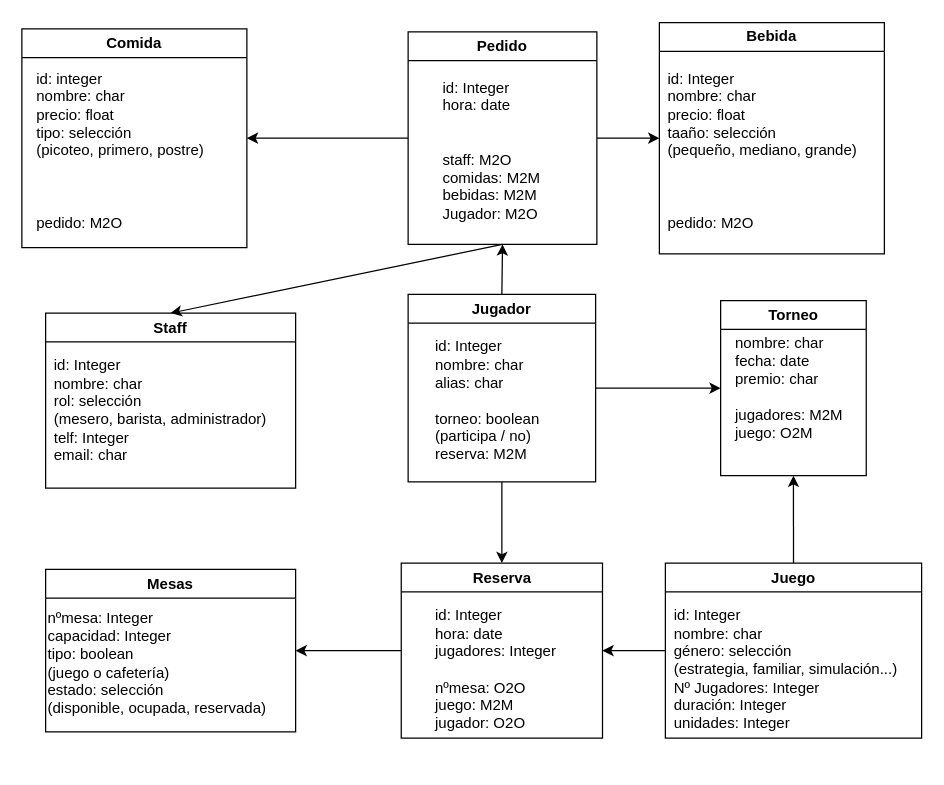
The draw.io diagram Diagrama.drawio in Luxy3000/SGE_scooters, before the edit. Source tidied: cells renumbered, new cells numbered last; positions are measured from the earlier drawing's top-left corner, leaving out a move shared by most shapes. Both pictures are drawn from the tidied source at 125%, with x=0, y=0 at pixel (21, 22).
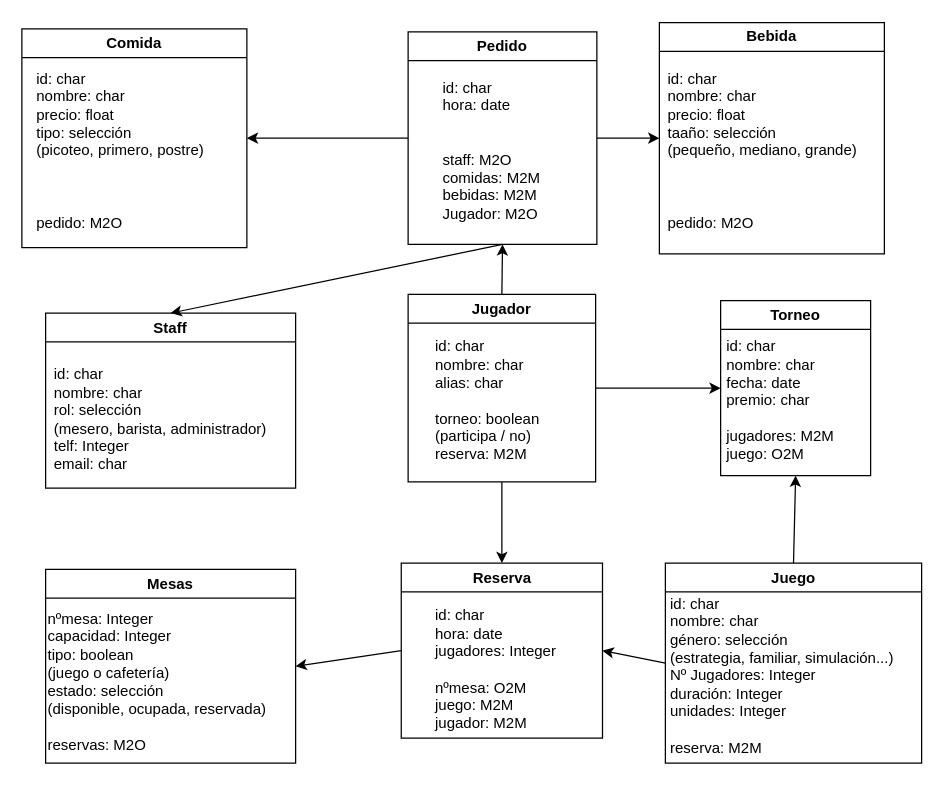
The same page after the edit.

Unchanged cells that the change refers to:
```xml
<mxCell id="2" value="Staff" style="swimlane;whiteSpace=wrap;html=1;" parent="1" vertex="1">
  <mxGeometry x="19" y="232" width="200" height="140" as="geometry" />
</mxCell>
<mxCell id="4" value="Bebida" style="swimlane;whiteSpace=wrap;html=1;" parent="1" vertex="1">
  <mxGeometry x="510" y="-0.5" width="180" height="185" as="geometry" />
</mxCell>
<mxCell id="6" value="Comida" style="swimlane;whiteSpace=wrap;html=1;" parent="1" vertex="1">
  <mxGeometry y="4.5" width="180" height="175" as="geometry" />
</mxCell>
<mxCell id="13" value="Jugador" style="swimlane;whiteSpace=wrap;html=1;" parent="1" vertex="1">
  <mxGeometry x="309" y="217" width="150" height="150" as="geometry" />
</mxCell>
<mxCell id="16" value="Reserva" style="swimlane;whiteSpace=wrap;html=1;startSize=23;" parent="1" vertex="1">
  <mxGeometry x="303.5" y="432" width="161" height="140" as="geometry" />
</mxCell>
<mxCell id="27" value="Pedido" style="swimlane;whiteSpace=wrap;html=1;" parent="1" vertex="1">
  <mxGeometry x="309" y="7" width="151" height="170" as="geometry" />
</mxCell>
```

Diff of the diagram source:
```diff
@@
-    <mxCell id="3" value="id: Integer&lt;br&gt;nombre: char&lt;br&gt;rol: selección&amp;nbsp;&lt;br&gt;(mesero, barista, administrador)&lt;br&gt;telf: Integer&lt;br&gt;email: char&lt;br&gt;&lt;br&gt;" style="text;html=1;align=left;verticalAlign=middle;strokeColor=none;fillColor=none;" parent="2" vertex="1">
-      <mxGeometry x="5" y="30" width="190" height="110" as="geometry" />
+    <mxCell id="3" value="id: char&lt;br&gt;nombre: char&lt;br&gt;rol: selección&amp;nbsp;&lt;br&gt;(mesero, barista, administrador)&lt;br&gt;telf: Integer&lt;br&gt;email: char&lt;br&gt;" style="text;html=1;align=left;verticalAlign=middle;strokeColor=none;fillColor=none;" parent="2" vertex="1">
+      <mxGeometry x="5" y="35" width="190" height="100" as="geometry" />
     </mxCell>
@@
-    <mxCell id="5" value="id: Integer&lt;br&gt;nombre: char&lt;br&gt;precio: float&lt;br&gt;taaño: selección &lt;br&gt;(pequeño, mediano, grande)&lt;br&gt;&lt;br&gt;&lt;br&gt;&lt;br&gt;pedido: M2O&amp;nbsp;" style="text;html=1;align=left;verticalAlign=middle;strokeColor=none;fillColor=none;" parent="4" vertex="1">
+    <mxCell id="5" value="id: char&lt;br&gt;nombre: char&lt;br&gt;precio: float&lt;br&gt;taaño: selección &lt;br&gt;(pequeño, mediano, grande)&lt;br&gt;&lt;br&gt;&lt;br&gt;&lt;br&gt;pedido: M2O&amp;nbsp;" style="text;html=1;align=left;verticalAlign=middle;strokeColor=none;fillColor=none;" parent="4" vertex="1">
       <mxGeometry x="5" y="32.5" width="170" height="140" as="geometry" />
     </mxCell>
@@
-    <mxCell id="7" value="id: integer&lt;br&gt;nombre: char&lt;br&gt;precio: float&lt;br&gt;tipo: selección &lt;br&gt;(picoteo, primero, postre)&lt;br&gt;&lt;br&gt;&lt;br&gt;&lt;br&gt;pedido: M2O&amp;nbsp;" style="text;html=1;align=left;verticalAlign=middle;strokeColor=none;fillColor=none;" parent="6" vertex="1">
+    <mxCell id="7" value="id: char&lt;br&gt;nombre: char&lt;br&gt;precio: float&lt;br&gt;tipo: selección &lt;br&gt;(picoteo, primero, postre)&lt;br&gt;&lt;br&gt;&lt;br&gt;&lt;br&gt;pedido: M2O&amp;nbsp;" style="text;html=1;align=left;verticalAlign=middle;strokeColor=none;fillColor=none;" parent="6" vertex="1">
       <mxGeometry x="10" y="27.5" width="160" height="140" as="geometry" />
     </mxCell>
     <mxCell id="8" value="Mesas" style="swimlane;whiteSpace=wrap;html=1;" parent="1" vertex="1">
-      <mxGeometry x="19" y="437" width="200" height="130" as="geometry" />
+      <mxGeometry x="19" y="437" width="200" height="155" as="geometry" />
     </mxCell>
-    <mxCell id="9" value="nºmesa: Integer&lt;br&gt;capacidad: Integer&lt;br&gt;tipo: boolean &lt;br&gt;(juego o cafetería)&lt;br&gt;estado: selección&lt;br&gt;(disponible, ocupada, reservada)" style="text;html=1;align=left;verticalAlign=middle;strokeColor=none;fillColor=none;" parent="8" vertex="1">
-      <mxGeometry y="25" width="200" height="100" as="geometry" />
+    <mxCell id="9" value="nºmesa: Integer&lt;br&gt;capacidad: Integer&lt;br&gt;tipo: boolean &lt;br&gt;(juego o cafetería)&lt;br&gt;estado: selección&lt;br&gt;(disponible, ocupada, reservada)&lt;br&gt;&lt;br&gt;reservas: M2O" style="text;html=1;align=left;verticalAlign=middle;strokeColor=none;fillColor=none;" parent="8" vertex="1">
+      <mxGeometry y="25" width="200" height="130" as="geometry" />
     </mxCell>
@@
-    <mxCell id="14" value="id: Integer&lt;br&gt;nombre: char&lt;br&gt;alias: char&lt;br&gt;&lt;br&gt;torneo: boolean&amp;nbsp;&lt;br&gt;(participa / no)&lt;br&gt;reserva: M2M" style="text;html=1;align=left;verticalAlign=middle;strokeColor=none;fillColor=none;" parent="13" vertex="1">
+    <mxCell id="14" value="id: char&lt;br&gt;nombre: char&lt;br&gt;alias: char&lt;br&gt;&lt;br&gt;torneo: boolean&amp;nbsp;&lt;br&gt;(participa / no)&lt;br&gt;reserva: M2M" style="text;html=1;align=left;verticalAlign=middle;strokeColor=none;fillColor=none;" parent="13" vertex="1">
       <mxGeometry x="20" y="30" width="110" height="110" as="geometry" />
     </mxCell>
@@
-    <mxCell id="17" value="id: Integer&lt;br&gt;hora: date&lt;br&gt;jugadores: Integer&lt;br&gt;&lt;br&gt;nºmesa: O2O&lt;br&gt;juego: M2M&lt;br&gt;jugador: O2O" style="text;html=1;align=left;verticalAlign=middle;strokeColor=none;fillColor=none;" parent="16" vertex="1">
+    <mxCell id="17" value="id: char&lt;br&gt;hora: date&lt;br&gt;jugadores: Integer&lt;br&gt;&lt;br&gt;nºmesa: O2M&lt;br&gt;juego: M2M&lt;br&gt;jugador: M2M" style="text;html=1;align=left;verticalAlign=middle;strokeColor=none;fillColor=none;" parent="16" vertex="1">
       <mxGeometry x="25.5" y="30" width="120" height="110" as="geometry" />
     </mxCell>
@@
     <mxCell id="20" value="Juego" style="swimlane;whiteSpace=wrap;html=1;" parent="1" vertex="1">
-      <mxGeometry x="514.8" y="432" width="205" height="140" as="geometry" />
+      <mxGeometry x="514.8" y="432" width="205" height="160" as="geometry" />
     </mxCell>
-    <mxCell id="21" value="id: Integer&lt;br&gt;nombre: char&lt;br&gt;género: selección&lt;br&gt;(estrategia, familiar, simulación...)&lt;br&gt;Nº Jugadores: Integer&lt;br&gt;duración: Integer&lt;br&gt;unidades: Integer" style="text;html=1;align=left;verticalAlign=middle;strokeColor=none;fillColor=none;" parent="20" vertex="1">
-      <mxGeometry x="5" y="30" width="200" height="110" as="geometry" />
+    <mxCell id="21" value="id: char&lt;br&gt;nombre: char&lt;br&gt;género: selección&lt;br&gt;(estrategia, familiar, simulación...)&lt;br&gt;Nº Jugadores: Integer&lt;br&gt;duración: Integer&lt;br&gt;unidades: Integer&lt;br&gt;&lt;br&gt;reserva: M2M" style="text;html=1;align=left;verticalAlign=middle;strokeColor=none;fillColor=none;" parent="20" vertex="1">
+      <mxGeometry x="2.5" y="20" width="200" height="140" as="geometry" />
     </mxCell>
     <mxCell id="22" value="Torneo" style="swimlane;whiteSpace=wrap;html=1;" parent="1" vertex="1">
-      <mxGeometry x="559" y="222" width="116.5" height="140" as="geometry" />
+      <mxGeometry x="559" y="222" width="120" height="140" as="geometry" />
     </mxCell>
-    <mxCell id="23" value="nombre: char&lt;br&gt;fecha: date&lt;br&gt;premio: char&lt;br&gt;&lt;br&gt;jugadores: M2M&lt;br&gt;juego: O2M" style="text;html=1;align=left;verticalAlign=middle;strokeColor=none;fillColor=none;" parent="22" vertex="1">
-      <mxGeometry x="10" y="20" width="110" height="100" as="geometry" />
+    <mxCell id="23" value="id: char&lt;br&gt;nombre: char&lt;br&gt;fecha: date&lt;br&gt;premio: char&lt;br&gt;&lt;br&gt;jugadores: M2M&lt;br&gt;juego: O2M" style="text;html=1;align=left;verticalAlign=middle;strokeColor=none;fillColor=none;" parent="22" vertex="1">
+      <mxGeometry x="3.2" y="25" width="110" height="110" as="geometry" />
     </mxCell>
@@
-    <mxCell id="28" value="id: Integer&lt;br&gt;hora: date&lt;br&gt;&lt;br&gt;&lt;br&gt;staff: M2O&lt;br&gt;comidas: M2M&lt;br&gt;bebidas: M2M&lt;br&gt;Jugador: M2O" style="text;html=1;align=left;verticalAlign=middle;strokeColor=none;fillColor=none;" parent="27" vertex="1">
+    <mxCell id="28" value="id: char&lt;br&gt;hora: date&lt;br&gt;&lt;br&gt;&lt;br&gt;staff: M2O&lt;br&gt;comidas: M2M&lt;br&gt;bebidas: M2M&lt;br&gt;Jugador: M2O" style="text;html=1;align=left;verticalAlign=middle;strokeColor=none;fillColor=none;" parent="27" vertex="1">
       <mxGeometry x="25.5" y="30" width="100" height="130" as="geometry" />
     </mxCell>
```
